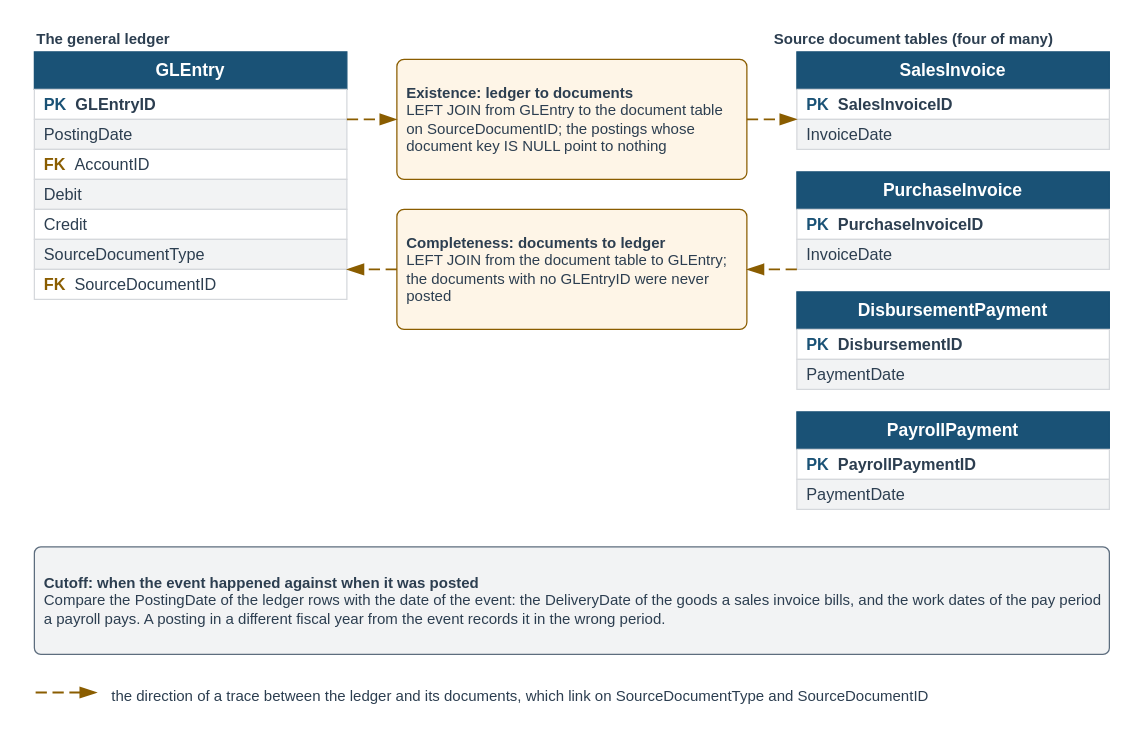
Before: visuals/src/fig-12-01-two-way-trace.drawio in mmcodesso/Accounting_Analytics_Book, a draw.io diagram. Source tidied: cells renumbered, new cells numbered last; positions are measured from the earlier drawing's top-left corner, leaving out a move shared by most shapes. Both pictures are drawn from the tidied source at 125%, with x=0, y=0 at pixel (34, 21).
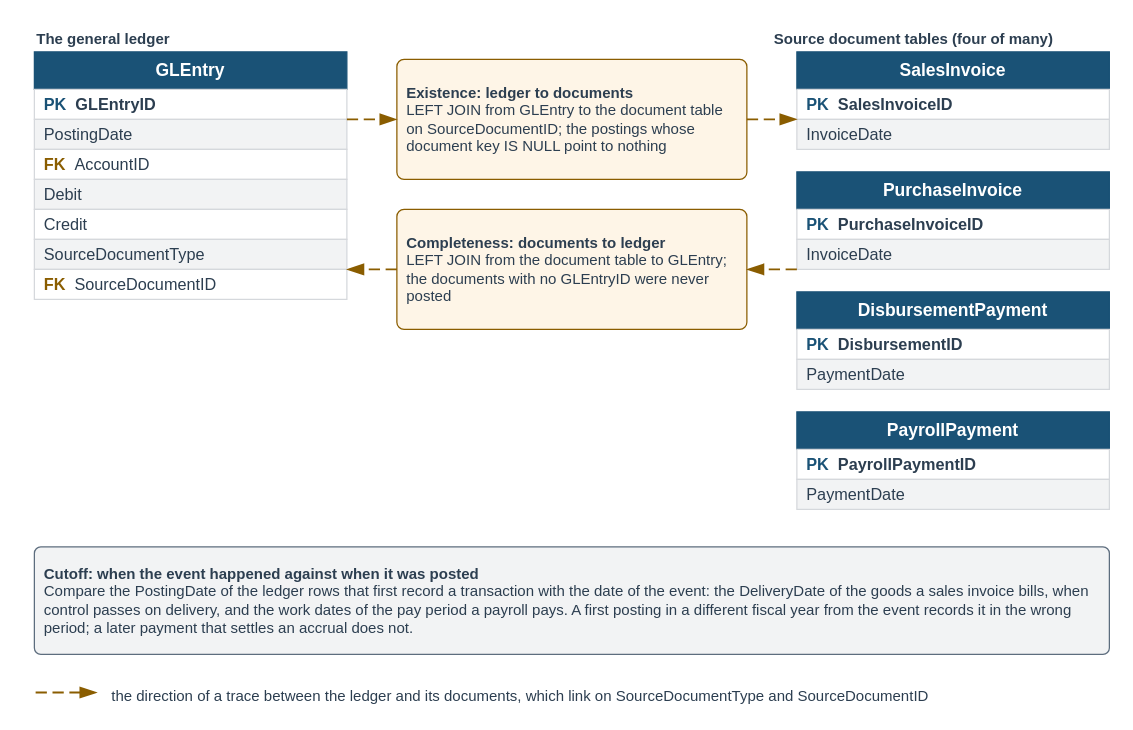
After the change.

Change to the diagram source:
```diff
@@
-    <mxCell id="37" value="&lt;b&gt;Cutoff: when the event happened against when it was posted&lt;/b&gt;&lt;br&gt;Compare the PostingDate of the ledger rows with the date of the event: the DeliveryDate of the goods a sales invoice bills, and the work dates of the pay period a payroll pays. A posting in a different fiscal year from the event records it in the wrong period." style="rounded=1;arcSize=6;whiteSpace=wrap;html=1;fillColor=#F2F3F4;strokeColor=#5D6D7E;strokeWidth=1;fontColor=#2C3E50;fontSize=12;fontStyle=0;align=left;verticalAlign=middle;fontFamily=Helvetica;spacingLeft=6;spacingRight=6;" parent="1" vertex="1">
+    <mxCell id="37" value="&lt;b&gt;Cutoff: when the event happened against when it was posted&lt;/b&gt;&lt;br&gt;Compare the PostingDate of the ledger rows that first record a transaction with the date of the event: the DeliveryDate of the goods a sales invoice bills, when control passes on delivery, and the work dates of the pay period a payroll pays. A first posting in a different fiscal year from the event records it in the wrong period; a later payment that settles an accrual does not." style="rounded=1;arcSize=6;whiteSpace=wrap;html=1;fillColor=#F2F3F4;strokeColor=#5D6D7E;strokeWidth=1;fontColor=#2C3E50;fontSize=12;fontStyle=0;align=left;verticalAlign=middle;fontFamily=Helvetica;spacingLeft=6;spacingRight=6;" parent="1" vertex="1">
       <mxGeometry y="420" width="860" height="86" as="geometry" />
     </mxCell>
```
